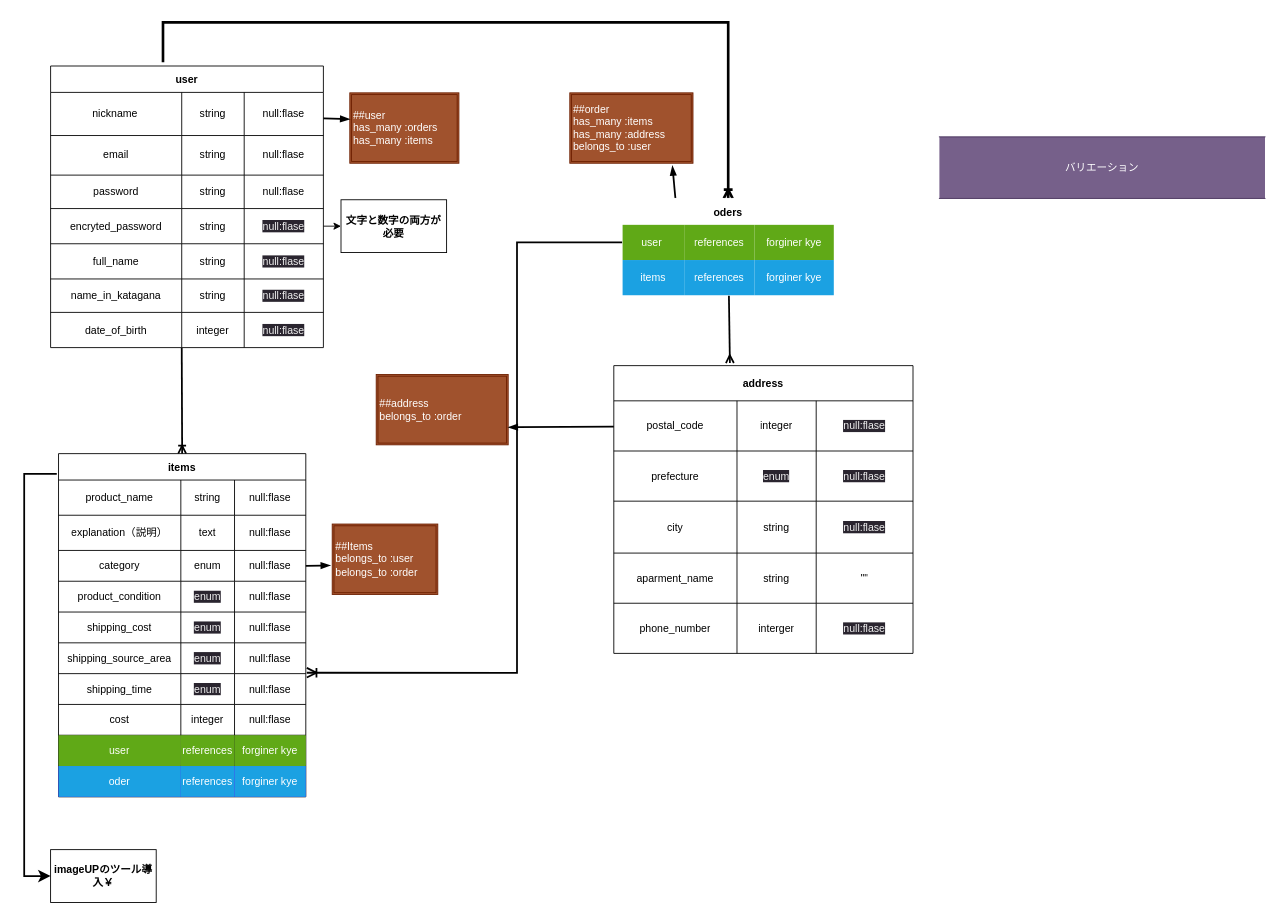
This is Tabel.dio from HaNguyen32/furima-39623, a draw.io file, before an edit. Source tidied: cells renumbered, new cells numbered last; positions are measured from the earlier drawing's top-left corner, leaving out a move shared by most shapes. Both pictures are drawn from the tidied source at 88%, with x=0, y=0 at pixel (24, -4).
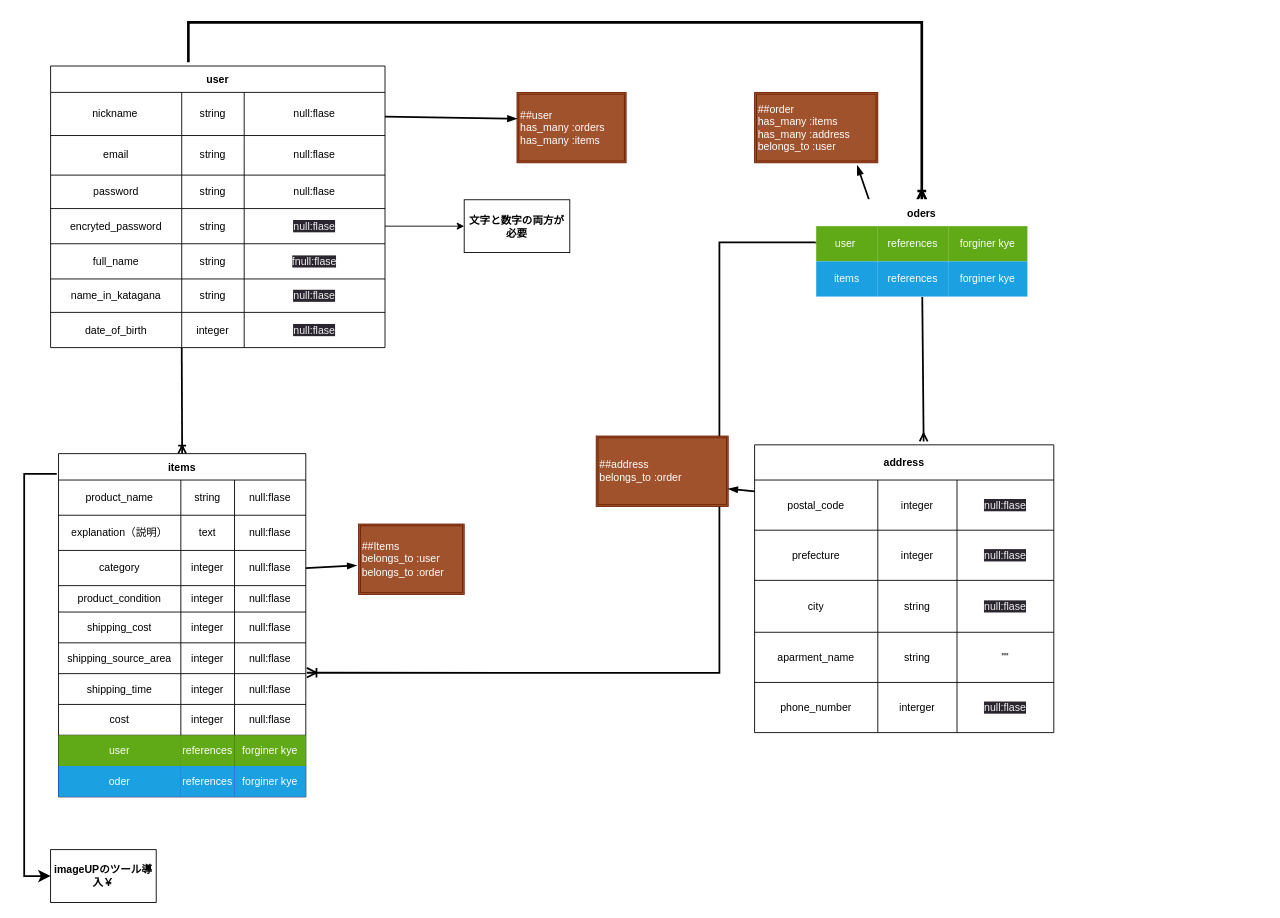
Above is the later version.

Commit message (it also covers changes not shown here):
DS設計見直し

The change refers to these unchanged cells:
```xml
<mxCell id="33" value="items" style="shape=table;startSize=30;childLayout=tableLayout;fontStyle=1;align=center;" parent="1" vertex="1">
  <mxGeometry x="39" y="520" width="281" height="390" as="geometry" />
</mxCell>
<mxCell id="50" style="shape=tableRow;horizontal=0;startSize=0;swimlaneHead=0;swimlaneBody=0;top=0;left=0;bottom=0;right=0;fillColor=none;" parent="33" vertex="1">
  <mxGeometry y="180" width="281" height="35" as="geometry" />
</mxCell>
<mxCell id="54" style="shape=tableRow;horizontal=0;startSize=0;swimlaneHead=0;swimlaneBody=0;top=0;left=0;bottom=0;right=0;fillColor=none;" parent="33" vertex="1">
  <mxGeometry y="215" width="281" height="35" as="geometry" />
</mxCell>
<mxCell id="58" style="shape=tableRow;horizontal=0;startSize=0;swimlaneHead=0;swimlaneBody=0;top=0;left=0;bottom=0;right=0;fillColor=none;points=[[0,0.5],[1,0.5]];portConstraint=eastwest;" parent="33" vertex="1">
  <mxGeometry y="250" width="281" height="35" as="geometry" />
</mxCell>
<mxCell id="80" style="shape=tableRow;horizontal=0;startSize=0;swimlaneHead=0;swimlaneBody=0;top=0;left=0;bottom=0;right=0;fillColor=none;" parent="75" vertex="1">
  <mxGeometry y="97" width="340" height="57" as="geometry" />
</mxCell>
<mxCell id="107" style="shape=tableRow;horizontal=0;startSize=0;swimlaneHead=0;swimlaneBody=0;top=0;left=0;bottom=0;right=0;fillColor=none;points=[[0,0.5],[1,0.5]];portConstraint=eastwest;strokeColor=#FFFFFF;" parent="106" vertex="1">
  <mxGeometry y="30" width="240" height="40" as="geometry" />
</mxCell>
```

Change to the diagram source:
```diff
@@
     <mxCell id="3" value="user" style="shape=table;startSize=30;childLayout=tableLayout;fontStyle=1;align=center;" parent="1" vertex="1">
-      <mxGeometry x="30" y="79.5" width="310" height="320" as="geometry" />
+      <mxGeometry x="30" y="79.5" width="380" height="320" as="geometry" />
     </mxCell>
     <mxCell id="4" style="shape=tableRow;horizontal=0;startSize=0;swimlaneHead=0;swimlaneBody=0;top=0;left=0;bottom=0;right=0;fillColor=none;points=[[0,0.5],[1,0.5]];portConstraint=eastwest;" parent="3" vertex="1">
-      <mxGeometry y="30" width="310" height="49" as="geometry" />
+      <mxGeometry y="30" width="380" height="49" as="geometry" />
     </mxCell>
@@
     <mxCell id="7" value="null:flase" style="shape=partialRectangle;html=1;whiteSpace=wrap;fillColor=none;top=0;left=0;bottom=0;right=0;overflow=hidden;" parent="4" vertex="1">
-      <mxGeometry x="220" width="90" height="49" as="geometry" />
+      <mxGeometry x="220" width="160" height="49" as="geometry" />
     </mxCell>
     <mxCell id="8" style="shape=tableRow;horizontal=0;startSize=0;swimlaneHead=0;swimlaneBody=0;top=0;left=0;bottom=0;right=0;fillColor=none;" parent="3" vertex="1">
-      <mxGeometry y="79" width="310" height="45" as="geometry" />
+      <mxGeometry y="79" width="380" height="45" as="geometry" />
     </mxCell>
@@
     <mxCell id="11" value="null:flase" style="shape=partialRectangle;html=1;whiteSpace=wrap;fillColor=none;top=0;left=0;bottom=0;right=0;overflow=hidden;" parent="8" vertex="1">
-      <mxGeometry x="220" width="90" height="45" as="geometry" />
+      <mxGeometry x="220" width="160" height="45" as="geometry" />
     </mxCell>
     <mxCell id="12" style="shape=tableRow;horizontal=0;startSize=0;swimlaneHead=0;swimlaneBody=0;top=0;left=0;bottom=0;right=0;fillColor=none;" parent="3" vertex="1">
-      <mxGeometry y="124" width="310" height="38" as="geometry" />
+      <mxGeometry y="124" width="380" height="38" as="geometry" />
     </mxCell>
@@
     <mxCell id="15" value="null:flase" style="shape=partialRectangle;html=1;whiteSpace=wrap;fillColor=none;top=0;left=0;bottom=0;right=0;overflow=hidden;" parent="12" vertex="1">
-      <mxGeometry x="220" width="90" height="38" as="geometry" />
+      <mxGeometry x="220" width="160" height="38" as="geometry" />
     </mxCell>
     <mxCell id="16" style="shape=tableRow;horizontal=0;startSize=0;swimlaneHead=0;swimlaneBody=0;top=0;left=0;bottom=0;right=0;fillColor=none;points=[[0,0.5],[1,0.5]];portConstraint=eastwest;" parent="3" vertex="1">
-      <mxGeometry y="162" width="310" height="40" as="geometry" />
+      <mxGeometry y="162" width="380" height="40" as="geometry" />
     </mxCell>
@@
     <mxCell id="19" value="&lt;span style=&quot;color: rgb(240, 240, 240); font-family: Helvetica; font-size: 12px; font-style: normal; font-variant-ligatures: normal; font-variant-caps: normal; font-weight: 400; letter-spacing: normal; orphans: 2; text-align: center; text-indent: 0px; text-transform: none; widows: 2; word-spacing: 0px; -webkit-text-stroke-width: 0px; background-color: rgb(42, 37, 47); text-decoration-thickness: initial; text-decoration-style: initial; text-decoration-color: initial; float: none; display: inline !important;&quot;&gt;null:flase&lt;/span&gt;" style="shape=partialRectangle;html=1;whiteSpace=wrap;fillColor=none;top=0;left=0;bottom=0;right=0;overflow=hidden;" parent="16" vertex="1">
-      <mxGeometry x="220" width="90" height="40" as="geometry" />
+      <mxGeometry x="220" width="160" height="40" as="geometry" />
     </mxCell>
     <mxCell id="20" style="shape=tableRow;horizontal=0;startSize=0;swimlaneHead=0;swimlaneBody=0;top=0;left=0;bottom=0;right=0;fillColor=none;" parent="3" vertex="1">
-      <mxGeometry y="202" width="310" height="40" as="geometry" />
+      <mxGeometry y="202" width="380" height="40" as="geometry" />
     </mxCell>
@@
-    <mxCell id="23" value="&lt;span style=&quot;color: rgb(240, 240, 240); font-family: Helvetica; font-size: 12px; font-style: normal; font-variant-ligatures: normal; font-variant-caps: normal; font-weight: 400; letter-spacing: normal; orphans: 2; text-align: center; text-indent: 0px; text-transform: none; widows: 2; word-spacing: 0px; -webkit-text-stroke-width: 0px; background-color: rgb(42, 37, 47); text-decoration-thickness: initial; text-decoration-style: initial; text-decoration-color: initial; float: none; display: inline !important;&quot;&gt;null:flase&lt;/span&gt;" style="shape=partialRectangle;html=1;whiteSpace=wrap;fillColor=none;top=0;left=0;bottom=0;right=0;overflow=hidden;" parent="20" vertex="1">
-      <mxGeometry x="220" width="90" height="40" as="geometry" />
+    <mxCell id="23" value="&lt;span style=&quot;color: rgb(240, 240, 240); font-family: Helvetica; font-size: 12px; font-style: normal; font-variant-ligatures: normal; font-variant-caps: normal; font-weight: 400; letter-spacing: normal; orphans: 2; text-align: center; text-indent: 0px; text-transform: none; widows: 2; word-spacing: 0px; -webkit-text-stroke-width: 0px; background-color: rgb(42, 37, 47); text-decoration-thickness: initial; text-decoration-style: initial; text-decoration-color: initial; float: none; display: inline !important;&quot;&gt;fnull:flase&lt;/span&gt;" style="shape=partialRectangle;html=1;whiteSpace=wrap;fillColor=none;top=0;left=0;bottom=0;right=0;overflow=hidden;" parent="20" vertex="1">
+      <mxGeometry x="220" width="160" height="40" as="geometry" />
     </mxCell>
     <mxCell id="24" style="shape=tableRow;horizontal=0;startSize=0;swimlaneHead=0;swimlaneBody=0;top=0;left=0;bottom=0;right=0;fillColor=none;" parent="3" vertex="1">
-      <mxGeometry y="242" width="310" height="38" as="geometry" />
+      <mxGeometry y="242" width="380" height="38" as="geometry" />
     </mxCell>
@@
     <mxCell id="27" value="&lt;span style=&quot;color: rgb(240, 240, 240); font-family: Helvetica; font-size: 12px; font-style: normal; font-variant-ligatures: normal; font-variant-caps: normal; font-weight: 400; letter-spacing: normal; orphans: 2; text-align: center; text-indent: 0px; text-transform: none; widows: 2; word-spacing: 0px; -webkit-text-stroke-width: 0px; background-color: rgb(42, 37, 47); text-decoration-thickness: initial; text-decoration-style: initial; text-decoration-color: initial; float: none; display: inline !important;&quot;&gt;null:flase&lt;/span&gt;" style="shape=partialRectangle;html=1;whiteSpace=wrap;fillColor=none;top=0;left=0;bottom=0;right=0;overflow=hidden;" parent="24" vertex="1">
-      <mxGeometry x="220" width="90" height="38" as="geometry" />
+      <mxGeometry x="220" width="160" height="38" as="geometry" />
     </mxCell>
     <mxCell id="28" style="shape=tableRow;horizontal=0;startSize=0;swimlaneHead=0;swimlaneBody=0;top=0;left=0;bottom=0;right=0;fillColor=none;" parent="3" vertex="1">
-      <mxGeometry y="280" width="310" height="40" as="geometry" />
+      <mxGeometry y="280" width="380" height="40" as="geometry" />
     </mxCell>
@@
     <mxCell id="31" value="&lt;span style=&quot;color: rgb(240, 240, 240); font-family: Helvetica; font-size: 12px; font-style: normal; font-variant-ligatures: normal; font-variant-caps: normal; font-weight: 400; letter-spacing: normal; orphans: 2; text-align: center; text-indent: 0px; text-transform: none; widows: 2; word-spacing: 0px; -webkit-text-stroke-width: 0px; background-color: rgb(42, 37, 47); text-decoration-thickness: initial; text-decoration-style: initial; text-decoration-color: initial; float: none; display: inline !important;&quot;&gt;null:flase&lt;/span&gt;" style="shape=partialRectangle;html=1;whiteSpace=wrap;fillColor=none;top=0;left=0;bottom=0;right=0;overflow=hidden;" parent="28" vertex="1">
-      <mxGeometry x="220" width="90" height="40" as="geometry" />
+      <mxGeometry x="220" width="160" height="40" as="geometry" />
     </mxCell>
     <mxCell id="32" value="文字と数字の両方が必要" style="whiteSpace=wrap;html=1;startSize=30;fontStyle=1;" parent="1" vertex="1">
-      <mxGeometry x="360" y="231.5" width="120" height="60" as="geometry" />
+      <mxGeometry x="500" y="231.5" width="120" height="60" as="geometry" />
     </mxCell>
@@
     <mxCell id="42" style="shape=tableRow;horizontal=0;startSize=0;swimlaneHead=0;swimlaneBody=0;top=0;left=0;bottom=0;right=0;fillColor=none;points=[[0,0.5],[1,0.5]];portConstraint=eastwest;" parent="33" vertex="1">
-      <mxGeometry y="110" width="281" height="35" as="geometry" />
+      <mxGeometry y="110" width="281" height="40" as="geometry" />
     </mxCell>
     <mxCell id="43" value="category" style="shape=partialRectangle;html=1;whiteSpace=wrap;fillColor=none;top=0;left=0;bottom=0;right=0;overflow=hidden;" parent="42" vertex="1">
-      <mxGeometry width="139" height="35" as="geometry" />
+      <mxGeometry width="139" height="40" as="geometry" />
     </mxCell>
-    <mxCell id="44" value="enum" style="shape=partialRectangle;html=1;whiteSpace=wrap;fillColor=none;top=0;left=0;bottom=0;right=0;overflow=hidden;" parent="42" vertex="1">
-      <mxGeometry x="139" width="61" height="35" as="geometry" />
+    <mxCell id="44" value="&lt;table class=&quot;simple-table&quot; id=&quot;40dc20c8-fe9c-430a-98c0-f5296f6963bd&quot;&gt;&lt;tbody&gt;&lt;tr id=&quot;88e0afaf-9489-4e6e-ae3c-a70b250ce24a&quot;&gt;&lt;td class=&quot;&quot; id=&quot;U`HA&quot;&gt;integer&lt;/td&gt;&lt;/tr&gt;&lt;/tbody&gt;&lt;/table&gt;" style="shape=partialRectangle;html=1;whiteSpace=wrap;fillColor=none;top=0;left=0;bottom=0;right=0;overflow=hidden;" parent="42" vertex="1">
+      <mxGeometry x="139" width="61" height="40" as="geometry" />
     </mxCell>
     <mxCell id="45" value="null:flase" style="shape=partialRectangle;html=1;whiteSpace=wrap;fillColor=none;top=0;left=0;bottom=0;right=0;overflow=hidden;" parent="42" vertex="1">
-      <mxGeometry x="200" width="81" height="35" as="geometry" />
+      <mxGeometry x="200" width="81" height="40" as="geometry" />
     </mxCell>
     <mxCell id="46" style="shape=tableRow;horizontal=0;startSize=0;swimlaneHead=0;swimlaneBody=0;top=0;left=0;bottom=0;right=0;fillColor=none;" parent="33" vertex="1">
-      <mxGeometry y="145" width="281" height="35" as="geometry" />
+      <mxGeometry y="150" width="281" height="30" as="geometry" />
     </mxCell>
     <mxCell id="47" value="product_condition" style="shape=partialRectangle;html=1;whiteSpace=wrap;fillColor=none;top=0;left=0;bottom=0;right=0;overflow=hidden;" parent="46" vertex="1">
-      <mxGeometry width="139" height="35" as="geometry" />
+      <mxGeometry width="139" height="30" as="geometry" />
     </mxCell>
-    <mxCell id="48" value="&lt;span style=&quot;color: rgb(240, 240, 240); font-family: Helvetica; font-size: 12px; font-style: normal; font-variant-ligatures: normal; font-variant-caps: normal; font-weight: 400; letter-spacing: normal; orphans: 2; text-align: center; text-indent: 0px; text-transform: none; widows: 2; word-spacing: 0px; -webkit-text-stroke-width: 0px; background-color: rgb(42, 37, 47); text-decoration-thickness: initial; text-decoration-style: initial; text-decoration-color: initial; float: none; display: inline !important;&quot;&gt;enum&lt;/span&gt;" style="shape=partialRectangle;html=1;whiteSpace=wrap;fillColor=none;top=0;left=0;bottom=0;right=0;overflow=hidden;" parent="46" vertex="1">
-      <mxGeometry x="139" width="61" height="35" as="geometry" />
+    <mxCell id="48" value="&lt;table class=&quot;simple-table&quot; id=&quot;40dc20c8-fe9c-430a-98c0-f5296f6963bd&quot;&gt;&lt;tbody&gt;&lt;tr id=&quot;88e0afaf-9489-4e6e-ae3c-a70b250ce24a&quot;&gt;&lt;td class=&quot;&quot; id=&quot;U`HA&quot;&gt;integer&lt;/td&gt;&lt;/tr&gt;&lt;/tbody&gt;&lt;/table&gt;" style="shape=partialRectangle;html=1;whiteSpace=wrap;fillColor=none;top=0;left=0;bottom=0;right=0;overflow=hidden;" parent="46" vertex="1">
+      <mxGeometry x="139" width="61" height="30" as="geometry" />
     </mxCell>
     <mxCell id="49" value="null:flase" style="shape=partialRectangle;html=1;whiteSpace=wrap;fillColor=none;top=0;left=0;bottom=0;right=0;overflow=hidden;" parent="46" vertex="1">
-      <mxGeometry x="200" width="81" height="35" as="geometry" />
+      <mxGeometry x="200" width="81" height="30" as="geometry" />
     </mxCell>
@@
-    <mxCell id="52" value="&lt;span style=&quot;color: rgb(240, 240, 240); font-family: Helvetica; font-size: 12px; font-style: normal; font-variant-ligatures: normal; font-variant-caps: normal; font-weight: 400; letter-spacing: normal; orphans: 2; text-align: center; text-indent: 0px; text-transform: none; widows: 2; word-spacing: 0px; -webkit-text-stroke-width: 0px; background-color: rgb(42, 37, 47); text-decoration-thickness: initial; text-decoration-style: initial; text-decoration-color: initial; float: none; display: inline !important;&quot;&gt;enum&lt;/span&gt;" style="shape=partialRectangle;html=1;whiteSpace=wrap;fillColor=none;top=0;left=0;bottom=0;right=0;overflow=hidden;" parent="50" vertex="1">
+    <mxCell id="52" value="&lt;table class=&quot;simple-table&quot; id=&quot;40dc20c8-fe9c-430a-98c0-f5296f6963bd&quot;&gt;&lt;tbody&gt;&lt;tr id=&quot;88e0afaf-9489-4e6e-ae3c-a70b250ce24a&quot;&gt;&lt;td class=&quot;&quot; id=&quot;U`HA&quot;&gt;integer&lt;/td&gt;&lt;/tr&gt;&lt;/tbody&gt;&lt;/table&gt;" style="shape=partialRectangle;html=1;whiteSpace=wrap;fillColor=none;top=0;left=0;bottom=0;right=0;overflow=hidden;" parent="50" vertex="1">
       <mxGeometry x="139" width="61" height="35" as="geometry" />
     </mxCell>
@@
-    <mxCell id="56" value="&lt;span style=&quot;color: rgb(240, 240, 240); font-family: Helvetica; font-size: 12px; font-style: normal; font-variant-ligatures: normal; font-variant-caps: normal; font-weight: 400; letter-spacing: normal; orphans: 2; text-align: center; text-indent: 0px; text-transform: none; widows: 2; word-spacing: 0px; -webkit-text-stroke-width: 0px; background-color: rgb(42, 37, 47); text-decoration-thickness: initial; text-decoration-style: initial; text-decoration-color: initial; float: none; display: inline !important;&quot;&gt;enum&lt;/span&gt;" style="shape=partialRectangle;html=1;whiteSpace=wrap;fillColor=none;top=0;left=0;bottom=0;right=0;overflow=hidden;" parent="54" vertex="1">
+    <mxCell id="56" value="&lt;table class=&quot;simple-table&quot; id=&quot;40dc20c8-fe9c-430a-98c0-f5296f6963bd&quot;&gt;&lt;tbody&gt;&lt;tr id=&quot;88e0afaf-9489-4e6e-ae3c-a70b250ce24a&quot;&gt;&lt;td class=&quot;&quot; id=&quot;U`HA&quot;&gt;integer&lt;/td&gt;&lt;/tr&gt;&lt;/tbody&gt;&lt;/table&gt;" style="shape=partialRectangle;html=1;whiteSpace=wrap;fillColor=none;top=0;left=0;bottom=0;right=0;overflow=hidden;" parent="54" vertex="1">
       <mxGeometry x="139" width="61" height="35" as="geometry" />
     </mxCell>
@@
-    <mxCell id="60" value="&lt;span style=&quot;color: rgb(240, 240, 240); font-family: Helvetica; font-size: 12px; font-style: normal; font-variant-ligatures: normal; font-variant-caps: normal; font-weight: 400; letter-spacing: normal; orphans: 2; text-align: center; text-indent: 0px; text-transform: none; widows: 2; word-spacing: 0px; -webkit-text-stroke-width: 0px; background-color: rgb(42, 37, 47); text-decoration-thickness: initial; text-decoration-style: initial; text-decoration-color: initial; float: none; display: inline !important;&quot;&gt;enum&lt;/span&gt;" style="shape=partialRectangle;html=1;whiteSpace=wrap;fillColor=none;top=0;left=0;bottom=0;right=0;overflow=hidden;" parent="58" vertex="1">
+    <mxCell id="60" value="&lt;table class=&quot;simple-table&quot; id=&quot;40dc20c8-fe9c-430a-98c0-f5296f6963bd&quot;&gt;&lt;tbody&gt;&lt;tr id=&quot;88e0afaf-9489-4e6e-ae3c-a70b250ce24a&quot;&gt;&lt;td class=&quot;&quot; id=&quot;U`HA&quot;&gt;integer&lt;/td&gt;&lt;/tr&gt;&lt;/tbody&gt;&lt;/table&gt;" style="shape=partialRectangle;html=1;whiteSpace=wrap;fillColor=none;top=0;left=0;bottom=0;right=0;overflow=hidden;" parent="58" vertex="1">
       <mxGeometry x="139" width="61" height="35" as="geometry" />
     </mxCell>
@@
     <mxCell id="75" value="address" style="shape=table;startSize=40;childLayout=tableLayout;fontStyle=1;align=center;" parent="1" vertex="1">
-      <mxGeometry x="670" y="420" width="340" height="327" as="geometry" />
+      <mxGeometry x="830" y="510" width="340" height="327" as="geometry" />
     </mxCell>
@@
-    <mxCell id="82" value="&lt;span style=&quot;color: rgb(240, 240, 240); font-family: Helvetica; font-size: 12px; font-style: normal; font-variant-ligatures: normal; font-variant-caps: normal; font-weight: 400; letter-spacing: normal; orphans: 2; text-align: center; text-indent: 0px; text-transform: none; widows: 2; word-spacing: 0px; -webkit-text-stroke-width: 0px; background-color: rgb(42, 37, 47); text-decoration-thickness: initial; text-decoration-style: initial; text-decoration-color: initial; float: none; display: inline !important;&quot;&gt;enum&lt;/span&gt;" style="shape=partialRectangle;html=1;whiteSpace=wrap;fillColor=none;top=0;left=0;bottom=0;right=0;overflow=hidden;" parent="80" vertex="1">
+    <mxCell id="82" value="&lt;table class=&quot;simple-table&quot; id=&quot;40dc20c8-fe9c-430a-98c0-f5296f6963bd&quot;&gt;&lt;tbody&gt;&lt;tr id=&quot;88e0afaf-9489-4e6e-ae3c-a70b250ce24a&quot;&gt;&lt;td class=&quot;&quot; id=&quot;U`HA&quot;&gt;integer&lt;/td&gt;&lt;/tr&gt;&lt;/tbody&gt;&lt;/table&gt;" style="shape=partialRectangle;html=1;whiteSpace=wrap;fillColor=none;top=0;left=0;bottom=0;right=0;overflow=hidden;" parent="80" vertex="1">
       <mxGeometry x="140" width="90" height="57" as="geometry" />
     </mxCell>
@@
     <mxCell id="98" value="##Items&lt;br&gt;belongs_to :user&lt;br&gt;belongs_to :order" style="shape=ext;double=1;rounded=0;whiteSpace=wrap;html=1;fillColor=#a0522d;fontColor=#ffffff;strokeColor=#6D1F00;align=left;" parent="1" vertex="1">
-      <mxGeometry x="350" y="600" width="120" height="80" as="geometry" />
+      <mxGeometry x="380" y="600" width="120" height="80" as="geometry" />
     </mxCell>
     <mxCell id="99" style="edgeStyle=segmentEdgeStyle;endArrow=ERoneToMany;html=1;curved=0;rounded=0;endSize=8;startSize=8;strokeWidth=2;endFill=0;entryX=1.004;entryY=-0.029;entryDx=0;entryDy=0;entryPerimeter=0;exitX=0;exitY=0.5;exitDx=0;exitDy=0;" parent="1" edge="1" source="107" target="58">
       <mxGeometry relative="1" as="geometry">
         <Array as="points">
-          <mxPoint x="560" y="280" />
-          <mxPoint x="560" y="769" />
+          <mxPoint x="900" y="280" />
+          <mxPoint x="790" y="280" />
+          <mxPoint x="790" y="769" />
         </Array>
       </mxGeometry>
     </mxCell>
     <mxCell id="100" value="##order&lt;br&gt;has_many :items&lt;br&gt;has_many :address&lt;br&gt;belongs_to :user" style="shape=ext;double=1;rounded=0;whiteSpace=wrap;html=1;fillColor=#a0522d;fontColor=#ffffff;strokeColor=#6D1F00;align=left;" parent="1" vertex="1">
-      <mxGeometry x="620" y="110" width="140" height="80" as="geometry" />
+      <mxGeometry x="830" y="109.5" width="140" height="80" as="geometry" />
     </mxCell>
     <mxCell id="101" value="##user&lt;br&gt;has_many :orders&lt;br&gt;has_many :items" style="shape=ext;double=1;rounded=0;whiteSpace=wrap;html=1;fillColor=#a0522d;fontColor=#ffffff;strokeColor=#6D1F00;align=left;" parent="1" vertex="1">
-      <mxGeometry x="370" y="110" width="124" height="80" as="geometry" />
+      <mxGeometry x="560" y="109.5" width="124" height="80" as="geometry" />
     </mxCell>
@@
-    <mxCell id="103" value="バリエーション" style="shape=partialRectangle;whiteSpace=wrap;html=1;left=0;right=0;fillColor=#76608a;strokeColor=#432D57;fontColor=#ffffff;" parent="1" vertex="1">
-      <mxGeometry x="1040" y="160" width="370" height="70" as="geometry" />
-    </mxCell>
-    <mxCell id="104" style="edgeStyle=none;html=1;entryX=0.388;entryY=-0.009;entryDx=0;entryDy=0;entryPerimeter=0;strokeWidth=2;endArrow=ERmany;endFill=0;startSize=6;" parent="1" edge="1" source="106" target="75">
+    <mxCell id="104" style="edgeStyle=none;html=1;entryX=0.565;entryY=-0.012;entryDx=0;entryDy=0;entryPerimeter=0;strokeWidth=2;endArrow=ERmany;endFill=0;startSize=6;" parent="1" edge="1" source="106" target="75">
       <mxGeometry relative="1" as="geometry" />
     </mxCell>
@@
     <mxCell id="106" value="oders" style="shape=table;startSize=30;childLayout=tableLayout;fontStyle=1;align=center;strokeColor=#FFFFFF;" parent="1" vertex="1">
-      <mxGeometry x="680" y="230" width="240" height="110" as="geometry" />
+      <mxGeometry x="900" y="231.5" width="240" height="110" as="geometry" />
     </mxCell>
@@
     <mxCell id="115" value="##address&lt;br&gt;belongs_to :order" style="shape=ext;double=1;rounded=0;whiteSpace=wrap;html=1;strokeColor=#6D1F00;fillColor=#a0522d;fontColor=#ffffff;align=left;" parent="1" vertex="1">
-      <mxGeometry x="400" y="430" width="150" height="80" as="geometry" />
+      <mxGeometry x="650" y="500" width="150" height="80" as="geometry" />
     </mxCell>
```
